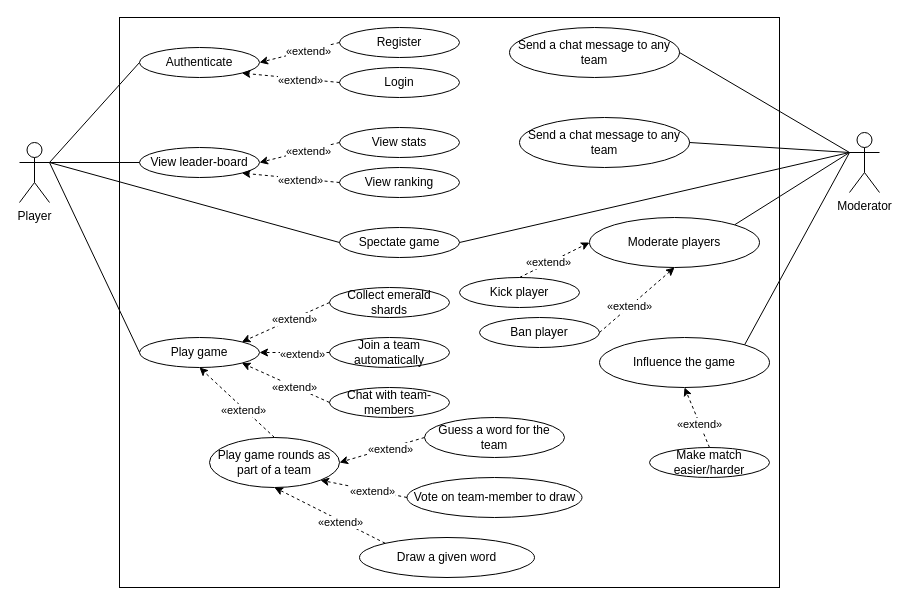
Before: docs/resources/diagrams/Use Case Diagram.drawio in CraigChaus/Sketchy-Mine-, a draw.io diagram. Source tidied: cells renumbered, new cells numbered last; positions are measured from the earlier drawing's top-left corner, leaving out a move shared by most shapes. Both pictures are drawn from the tidied source at 100%, with x=0, y=0 at pixel (19, 17).
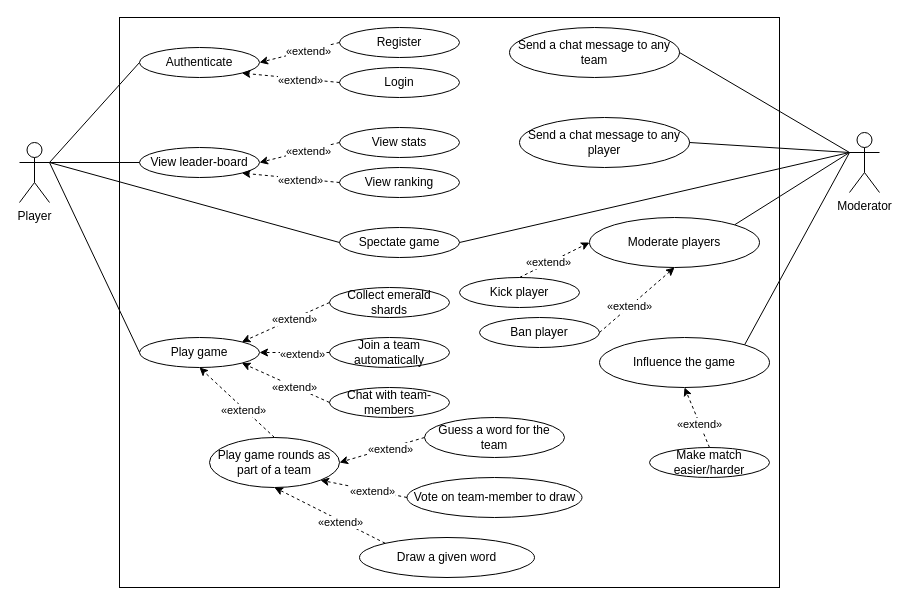
The same diagram, later.

Change to the diagram source:
```diff
@@
-    <mxCell id="48" value="Send a chat message to any team" style="ellipse;whiteSpace=wrap;html=1;" parent="1" vertex="1">
+    <mxCell id="48" value="Send a chat message to any player" style="ellipse;whiteSpace=wrap;html=1;" parent="1" vertex="1">
       <mxGeometry x="500" y="100" width="170" height="50" as="geometry" />
     </mxCell>
```
